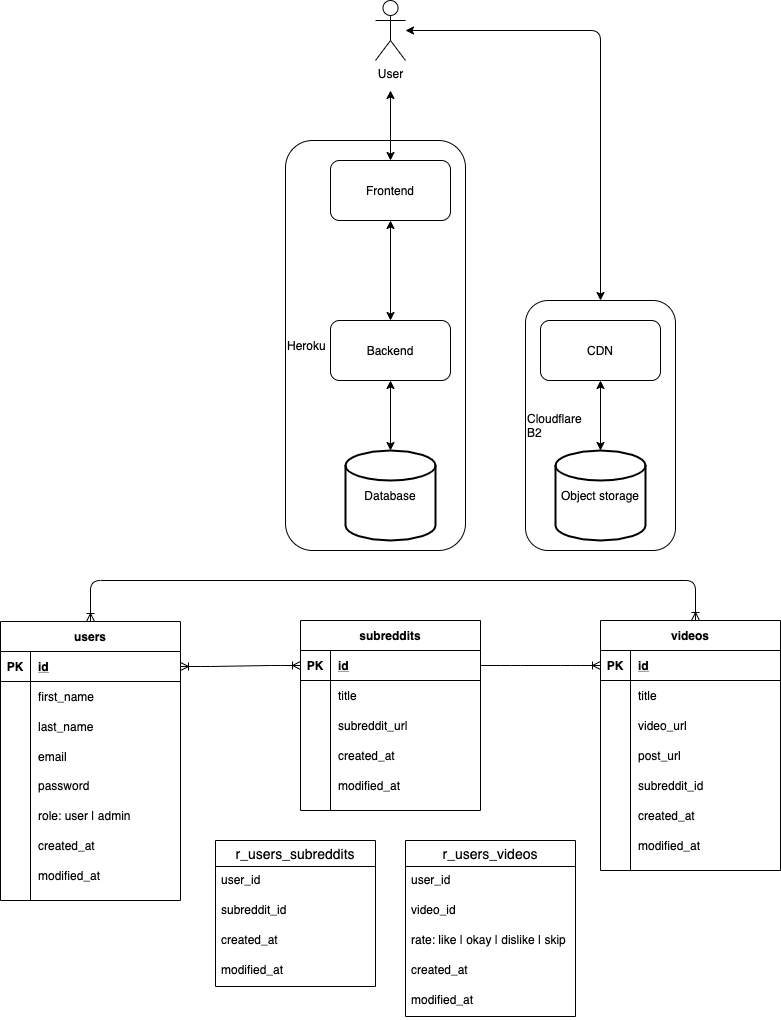
Before: system-design.png, a diagram exported from draw.io (kzkaneoka/reddit-short-videos). Source tidied: cells renumbered, new cells last; positions are measured from the earlier drawing's top-left corner, leaving out a move shared by most shapes.
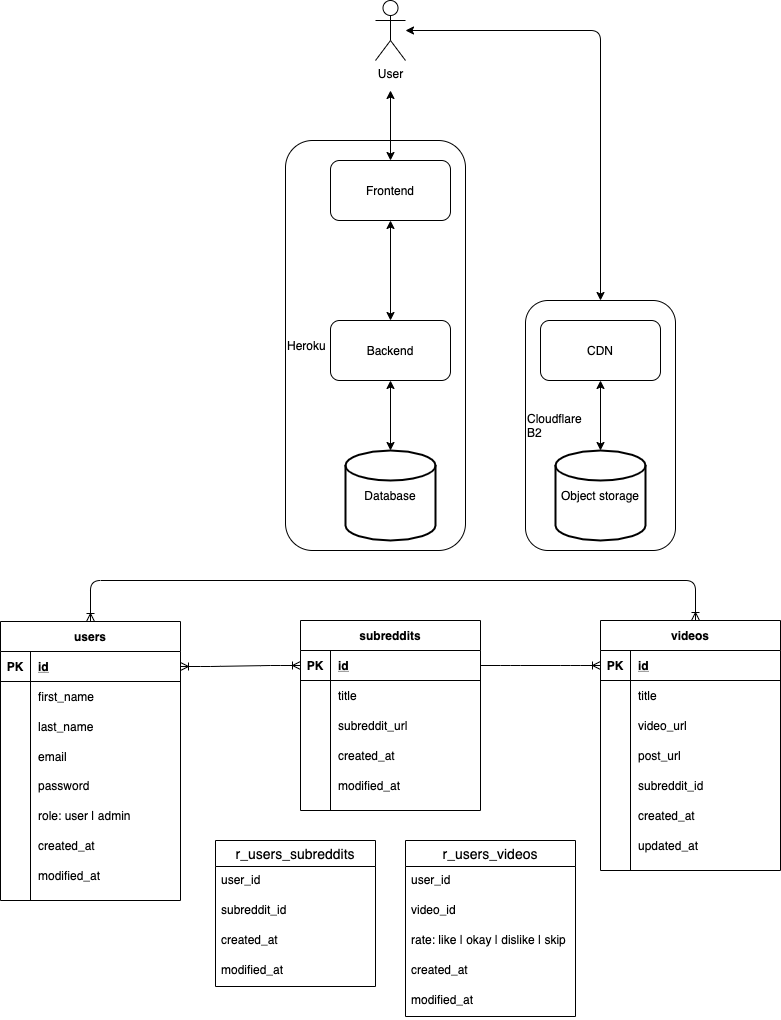
After the change.

The edit, as a diff of the source:
```diff
@@ -209,7 +209,7 @@
     <mxCell id="70" style="shape=partialRectangle;fillColor=none;top=0;left=0;bottom=0;right=0;overflow=hidden;" parent="69" vertex="1">
       <mxGeometry width="30" height="30" as="geometry" />
     </mxCell>
-    <mxCell id="71" value="modified_at" style="shape=partialRectangle;fillColor=none;top=0;left=0;bottom=0;right=0;align=left;spacingLeft=6;overflow=hidden;" parent="69" vertex="1">
+    <mxCell id="71" value="updated_at" style="shape=partialRectangle;fillColor=none;top=0;left=0;bottom=0;right=0;align=left;spacingLeft=6;overflow=hidden;" parent="69" vertex="1">
       <mxGeometry x="30" width="150" height="30" as="geometry" />
     </mxCell>
     <mxCell id="72" style="edgeStyle=entityRelationEdgeStyle;fontSize=12;html=1;endArrow=ERoneToMany;startArrow=ERoneToMany;startFill=0;" parent="1" edge="1" source="10" target="35">
```
